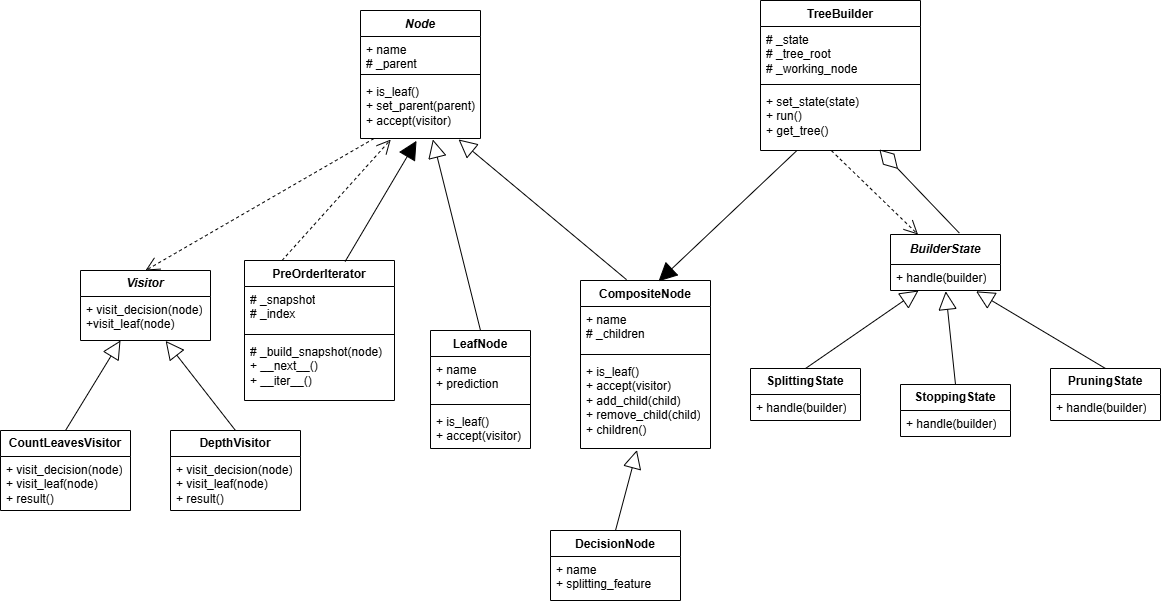
The draw.io diagram class_diagram.png in LeonardoAleee/DecisionTreeDesignPatterns, before a commit. Source tidied: cells renumbered, new cells last; positions are measured from the earlier drawing's top-left corner, leaving out a move shared by most shapes.
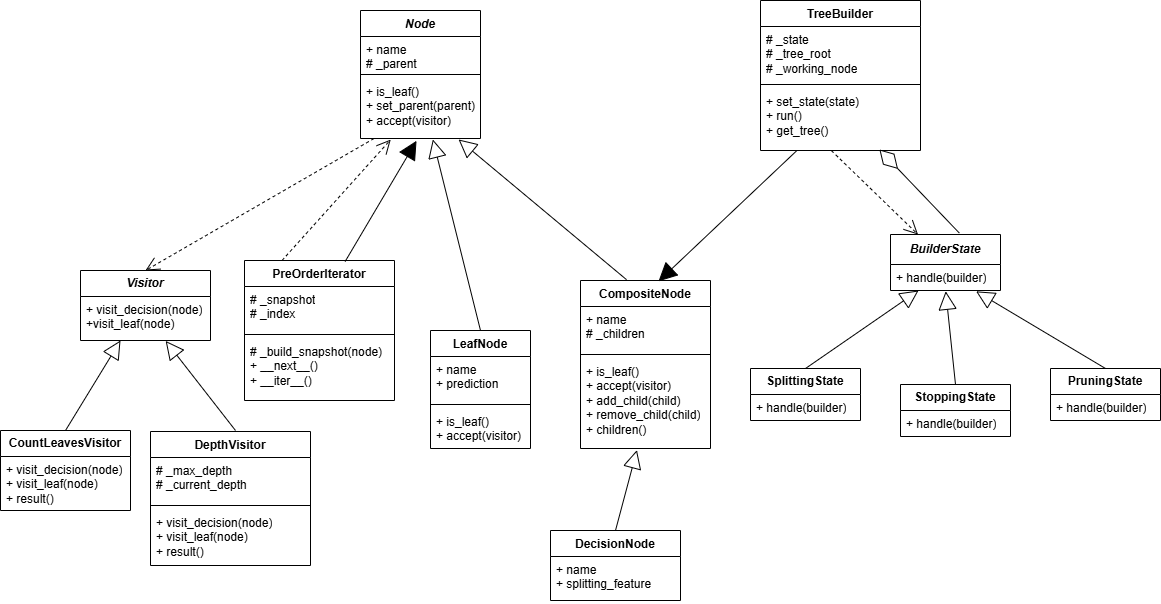
After the commit.

Commit message:
fix the DepthVisitor class in the diagram

Diff of the diagram source:
```diff
@@ -74,12 +74,6 @@
     <mxCell id="25" value="+ visit_decision(node)&lt;div&gt;+ visit_leaf(node)&lt;/div&gt;&lt;div&gt;+ result()&lt;/div&gt;&lt;div&gt;&lt;br&gt;&lt;/div&gt;" style="text;strokeColor=none;fillColor=none;align=left;verticalAlign=top;spacingLeft=4;spacingRight=4;overflow=hidden;whiteSpace=wrap;html=1;" parent="24" vertex="1">
       <mxGeometry y="26" width="130" height="54" as="geometry" />
     </mxCell>
-    <mxCell id="26" value="&lt;b&gt;DepthVisitor&lt;/b&gt;" style="swimlane;fontStyle=0;horizontal=1;startSize=26;fillColor=none;whiteSpace=wrap;html=1;" parent="1" vertex="1">
-      <mxGeometry x="170" y="430" width="130" height="80" as="geometry" />
-    </mxCell>
-    <mxCell id="27" value="+ visit_decision(node)&lt;div&gt;+ visit_leaf(node)&lt;/div&gt;&lt;div&gt;+ result()&lt;/div&gt;&lt;div&gt;&lt;br&gt;&lt;/div&gt;" style="text;strokeColor=none;fillColor=none;align=left;verticalAlign=top;spacingLeft=4;spacingRight=4;overflow=hidden;whiteSpace=wrap;html=1;" parent="26" vertex="1">
-      <mxGeometry y="26" width="130" height="54" as="geometry" />
-    </mxCell>
     <mxCell id="28" value="&lt;b&gt;&lt;i&gt;BuilderState&lt;/i&gt;&lt;/b&gt;" style="swimlane;fontStyle=0;horizontal=1;startSize=30;fillColor=none;whiteSpace=wrap;html=1;" parent="1" vertex="1">
       <mxGeometry x="890" y="234" width="110" height="56" as="geometry" />
     </mxCell>
@@ -127,8 +121,10 @@
         <mxPoint x="120" y="340" as="targetPoint" />
       </mxGeometry>
     </mxCell>
-    <mxCell id="43" style="endArrow=block;endSize=16;endFill=0;html=1;rounded=0;exitX=0.5;exitY=0;exitDx=0;exitDy=0;entryX=0.655;entryY=1.009;entryDx=0;entryDy=0;entryPerimeter=0;" parent="1" edge="1" source="26" target="7">
-      <mxGeometry relative="1" as="geometry" />
+    <mxCell id="43" style="endArrow=block;endSize=16;endFill=0;html=1;rounded=0;exitX=0.5;exitY=0;exitDx=0;exitDy=0;entryX=0.655;entryY=1.009;entryDx=0;entryDy=0;entryPerimeter=0;" parent="1" edge="1" target="7">
+      <mxGeometry relative="1" as="geometry">
+        <mxPoint x="235" y="430" as="sourcePoint" />
+      </mxGeometry>
     </mxCell>
     <mxCell id="44" value="TreeBuilder" style="swimlane;fontStyle=1;align=center;verticalAlign=top;horizontal=1;startSize=26;whiteSpace=wrap;html=1;" parent="1" vertex="1">
       <mxGeometry x="760" width="160" height="150" as="geometry" />
@@ -154,5 +150,17 @@
     <mxCell id="51" style="endArrow=diamondThin;endFill=0;endSize=24;html=1;rounded=0;entryX=0.743;entryY=0.983;entryDx=0;entryDy=0;entryPerimeter=0;exitX=0.626;exitY=-0.025;exitDx=0;exitDy=0;exitPerimeter=0;" parent="1" edge="1" source="28" target="47">
       <mxGeometry relative="1" as="geometry" />
     </mxCell>
+    <mxCell id="26" value="DepthVisitor" style="swimlane;fontStyle=1;align=center;verticalAlign=top;horizontal=1;startSize=26;whiteSpace=wrap;html=1;" parent="1" vertex="1">
+      <mxGeometry x="150" y="431" width="160" height="134" as="geometry" />
+    </mxCell>
+    <mxCell id="52" value="# _max_depth&lt;div&gt;# _current_depth&lt;/div&gt;" style="text;strokeColor=none;fillColor=none;align=left;verticalAlign=top;spacingLeft=4;spacingRight=4;overflow=hidden;whiteSpace=wrap;html=1;" parent="26" vertex="1">
+      <mxGeometry y="26" width="160" height="44" as="geometry" />
+    </mxCell>
+    <mxCell id="53" style="line;strokeWidth=1;fillColor=none;align=left;verticalAlign=middle;spacingTop=-1;spacingLeft=3;spacingRight=3;labelPosition=right;strokeColor=inherit;" parent="26" vertex="1">
+      <mxGeometry y="70" width="160" height="8" as="geometry" />
+    </mxCell>
+    <mxCell id="27" value="+ visit_decision(node)&lt;div&gt;+ visit_leaf(node)&lt;/div&gt;&lt;div&gt;+ result()&lt;/div&gt;" style="text;strokeColor=none;fillColor=none;align=left;verticalAlign=top;spacingLeft=4;spacingRight=4;overflow=hidden;whiteSpace=wrap;html=1;" parent="26" vertex="1">
+      <mxGeometry y="78" width="160" height="56" as="geometry" />
+    </mxCell>
   </root>
 </mxGraphModel>
```
